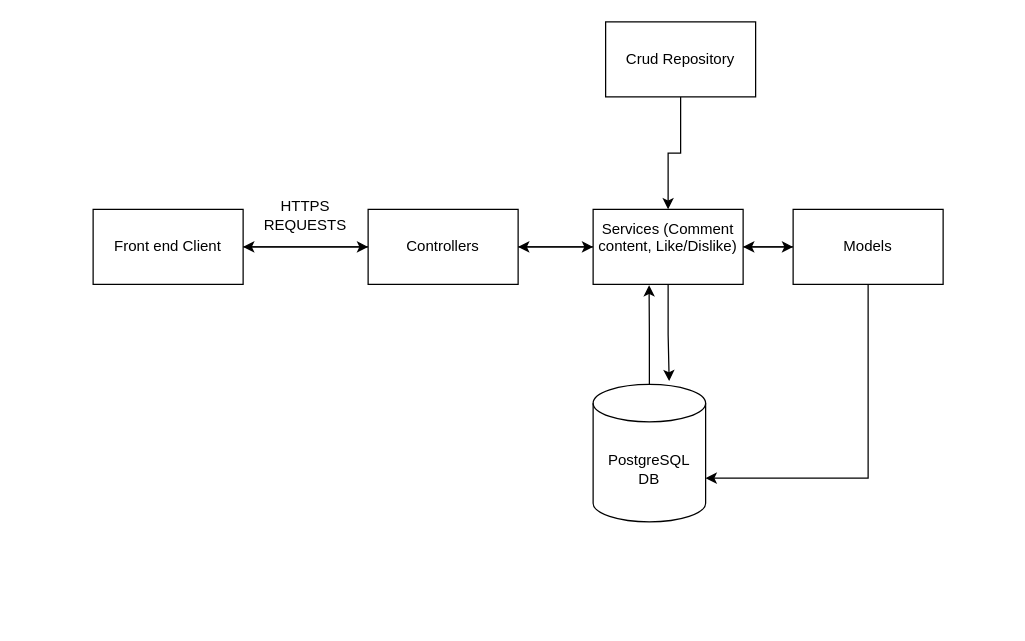
Earlier version of the draw.io diagram backend_flowchart.drawio (anglerona/ot-primer). Source tidied: cells renumbered, new cells numbered last; positions are measured from the earlier drawing's top-left corner, leaving out a move shared by most shapes. Both pictures are drawn from the tidied source at 125%, with x=0, y=0 at pixel (92, 21).
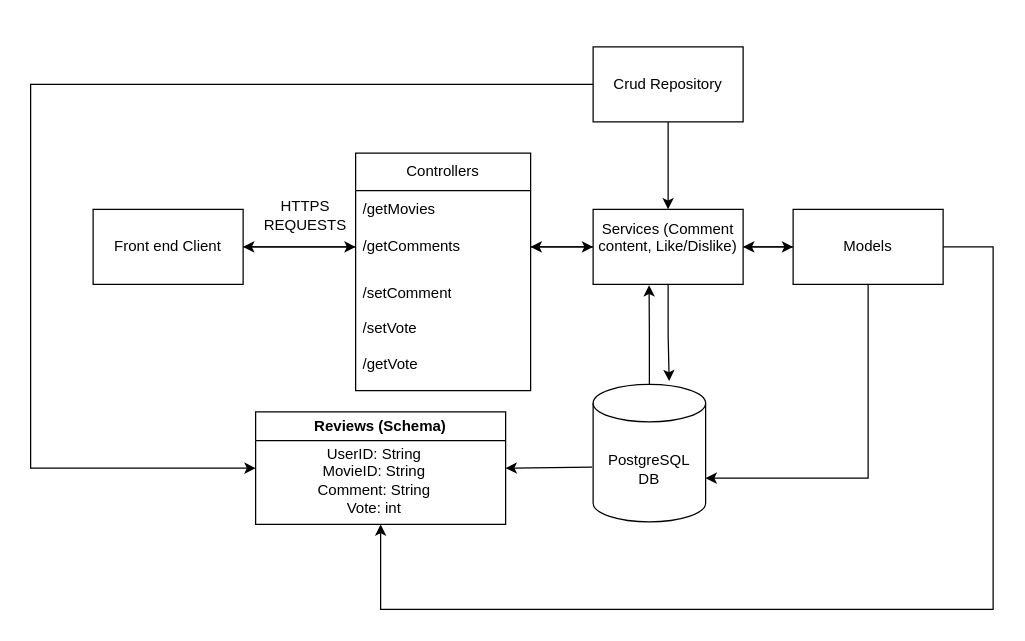
Above is the later version.

Unchanged cells that the change refers to:
```xml
<mxCell id="3" value="Front end Client" style="rounded=0;whiteSpace=wrap;html=1;" parent="1" vertex="1">
  <mxGeometry y="150" width="120" height="60" as="geometry" />
</mxCell>
<mxCell id="9" value="Models" style="rounded=0;whiteSpace=wrap;html=1;" parent="1" vertex="1">
  <mxGeometry x="560" y="150" width="120" height="60" as="geometry" />
</mxCell>
<mxCell id="11" value="PostgreSQL&lt;br&gt;DB" style="shape=cylinder3;whiteSpace=wrap;html=1;boundedLbl=1;backgroundOutline=1;size=15;" parent="1" vertex="1">
  <mxGeometry x="400" y="290" width="90" height="110" as="geometry" />
</mxCell>
<mxCell id="18" value="Services (Comment content, Like/Dislike)&lt;br&gt;&amp;nbsp;" style="rounded=0;whiteSpace=wrap;html=1;" parent="1" vertex="1">
  <mxGeometry x="400" y="150" width="120" height="60" as="geometry" />
</mxCell>
```

Change to the diagram source:
```diff
@@
-    <mxCell id="2" style="edgeStyle=orthogonalEdgeStyle;rounded=0;jettySize=auto;html=1;exitX=1;exitY=0.5;exitDx=0;exitDy=0;entryX=0;entryY=0.5;entryDx=0;entryDy=0;endArrow=classic;endFill=1;" parent="1" edge="1" source="3" target="6">
-      <mxGeometry relative="1" as="geometry" />
-    </mxCell>
+    <mxCell id="19" style="edgeStyle=none;rounded=0;jettySize=auto;html=1;exitX=1;exitY=0.5;exitDx=0;exitDy=0;entryX=0;entryY=0.5;entryDx=0;entryDy=0;" parent="1" edge="1" source="3" target="24">
+      <mxGeometry relative="1" as="geometry" />
+    </mxCell>
@@
-    <mxCell id="4" style="edgeStyle=orthogonalEdgeStyle;rounded=0;jettySize=auto;html=1;entryX=1;entryY=0.5;entryDx=0;entryDy=0;endArrow=classic;endFill=1;" parent="1" edge="1" source="6" target="3">
+    <mxCell id="4" style="rounded=0;jettySize=auto;html=1;entryX=1;entryY=0.5;entryDx=0;entryDy=0;endArrow=classic;endFill=1;exitX=0;exitY=0.5;exitDx=0;exitDy=0;" parent="1" edge="1" source="24" target="3">
       <mxGeometry relative="1" as="geometry" />
     </mxCell>
-    <mxCell id="5" style="edgeStyle=orthogonalEdgeStyle;rounded=0;jettySize=auto;html=1;entryX=0;entryY=0.5;entryDx=0;entryDy=0;endArrow=classic;endFill=1;" parent="1" edge="1" source="6" target="18">
+    <mxCell id="5" style="edgeStyle=orthogonalEdgeStyle;rounded=0;jettySize=auto;html=1;entryX=0;entryY=0.5;entryDx=0;entryDy=0;endArrow=classic;endFill=1;exitX=1;exitY=0.5;exitDx=0;exitDy=0;" parent="1" edge="1" source="24" target="18">
       <mxGeometry relative="1" as="geometry" />
     </mxCell>
-    <mxCell id="6" value="Controllers" style="rounded=0;whiteSpace=wrap;html=1;" parent="1" vertex="1">
-      <mxGeometry x="220" y="150" width="120" height="60" as="geometry" />
-    </mxCell>
@@
+    <mxCell id="20" style="edgeStyle=none;rounded=0;jettySize=auto;html=1;entryX=1;entryY=0.5;entryDx=0;entryDy=0;exitX=-0.009;exitY=0.602;exitDx=0;exitDy=0;exitPerimeter=0;" parent="1" edge="1" source="11" target="27">
+      <mxGeometry relative="1" as="geometry" />
+    </mxCell>
@@
+    <mxCell id="21" style="edgeStyle=orthogonalEdgeStyle;rounded=0;jettySize=auto;html=1;exitX=0;exitY=0.5;exitDx=0;exitDy=0;entryX=0;entryY=0.5;entryDx=0;entryDy=0;" parent="1" edge="1" source="14" target="27">
+      <mxGeometry relative="1" as="geometry">
+        <Array as="points">
+          <mxPoint x="-50" y="50" />
+          <mxPoint x="-50" y="357" />
+        </Array>
+      </mxGeometry>
+    </mxCell>
     <mxCell id="14" value="Crud Repository" style="rounded=0;whiteSpace=wrap;html=1;" parent="1" vertex="1">
-      <mxGeometry x="410" width="120" height="60" as="geometry" />
+      <mxGeometry x="400" y="20" width="120" height="60" as="geometry" />
     </mxCell>
@@
-    <mxCell id="16" style="edgeStyle=orthogonalEdgeStyle;rounded=0;jettySize=auto;html=1;entryX=1;entryY=0.5;entryDx=0;entryDy=0;endArrow=classic;endFill=1;" parent="1" edge="1" source="18" target="6">
-      <mxGeometry relative="1" as="geometry" />
-    </mxCell>
@@
+    <mxCell id="22" style="edgeStyle=none;rounded=0;jettySize=auto;html=1;exitX=0;exitY=0.5;exitDx=0;exitDy=0;entryX=1;entryY=0.5;entryDx=0;entryDy=0;" parent="1" edge="1" source="18" target="24">
+      <mxGeometry relative="1" as="geometry" />
+    </mxCell>
@@
+    <mxCell id="6" value="Controllers" style="swimlane;fontStyle=0;horizontal=1;startSize=30;whiteSpace=wrap;html=1;" parent="1" vertex="1">
+      <mxGeometry x="210" y="105" width="140" height="190" as="geometry" />
+    </mxCell>
+    <mxCell id="23" value="/getMovies" style="text;strokeColor=none;fillColor=none;align=left;verticalAlign=middle;spacingLeft=4;spacingRight=4;overflow=hidden;whiteSpace=wrap;html=1;" parent="6" vertex="1">
+      <mxGeometry y="30" width="140" height="30" as="geometry" />
+    </mxCell>
+    <mxCell id="24" value="/getComments" style="text;strokeColor=none;fillColor=none;align=left;verticalAlign=middle;spacingLeft=4;spacingRight=4;overflow=hidden;points=[[0,0.5],[1,0.5]];portConstraint=eastwest;whiteSpace=wrap;html=1;" parent="6" vertex="1">
+      <mxGeometry y="60" width="140" height="30" as="geometry" />
+    </mxCell>
+    <mxCell id="25" value="/setComment&lt;br&gt;&lt;br&gt;/setVote&lt;br&gt;&lt;br&gt;/getVote" style="text;strokeColor=none;fillColor=none;align=left;verticalAlign=middle;spacingLeft=4;spacingRight=4;overflow=hidden;whiteSpace=wrap;html=1;" parent="6" vertex="1">
+      <mxGeometry y="90" width="140" height="100" as="geometry" />
+    </mxCell>
+    <mxCell id="26" style="edgeStyle=none;rounded=0;orthogonalLoop=1;jettySize=auto;html=1;entryX=1;entryY=0.5;entryDx=0;entryDy=0;" parent="6" edge="1" source="24" target="24">
+      <mxGeometry relative="1" as="geometry" />
+    </mxCell>
+    <mxCell id="27" value="Reviews (Schema)" style="swimlane;whiteSpace=wrap;html=1;startSize=23;" parent="1" vertex="1">
+      <mxGeometry x="130" y="312" width="200" height="90" as="geometry" />
+    </mxCell>
+    <mxCell id="28" value="UserID: String&lt;br&gt;MovieID: String&lt;br&gt;Comment: String&lt;br&gt;Vote: int" style="text;html=1;strokeColor=none;fillColor=none;align=center;verticalAlign=middle;whiteSpace=wrap;rounded=0;" parent="27" vertex="1">
+      <mxGeometry x="10" y="40" width="170" height="30" as="geometry" />
+    </mxCell>
+    <mxCell id="29" style="edgeStyle=orthogonalEdgeStyle;rounded=0;jettySize=auto;html=1;exitX=1;exitY=0.5;exitDx=0;exitDy=0;entryX=0.5;entryY=1;entryDx=0;entryDy=0;" parent="1" edge="1" source="9" target="27">
+      <mxGeometry relative="1" as="geometry">
+        <Array as="points">
+          <mxPoint x="720" y="180" />
+          <mxPoint x="720" y="470" />
+          <mxPoint x="230" y="470" />
+        </Array>
+      </mxGeometry>
+    </mxCell>
```
